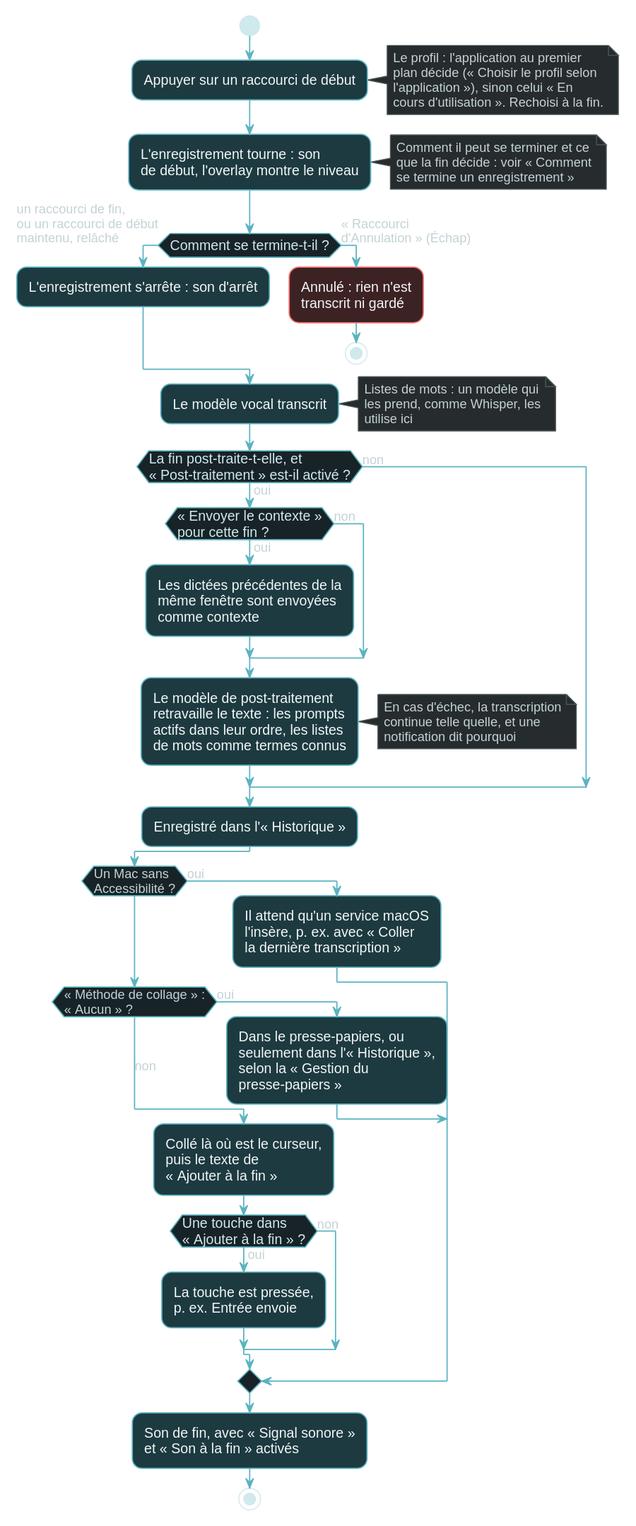
This is docs/manual/public/diagrams/fr/dictation-flow.dark.svg from yaccob/DanyWhere, a PlantUML export, as it was before one commit. Its diagram source:
```plantuml
@startuml
!$yes = "oui"
!$no = "non"
!$press = "Appuyer sur un raccourci de début"
!$noteProfile = "Le profil : l'application au premier\nplan décide (« Choisir le profil selon\nl'application »), sinon celui « En\ncours d'utilisation ». Rechoisi à la fin."
!$recording = "L'enregistrement tourne : son\nde début, l'overlay montre le niveau"
!$noteEnds = "Comment il peut se terminer et ce\nque la fin décide : voir « Comment\nse termine un enregistrement »"
!$qEnd = "Comment se termine-t-il ?"
!$aEnds = "un raccourci de fin,\nou un raccourci de début\nmaintenu, relâché"
!$aCancel = "« Raccourci\nd'Annulation » (Échap)"
!$stopped = "L'enregistrement s'arrête : son d'arrêt"
!$cancelled = "Annulé : rien n'est\ntranscrit ni gardé"
!$transcribe = "Le modèle vocal transcrit"
!$noteWords = "Listes de mots : un modèle qui\nles prend, comme Whisper, les\nutilise ici"
!$qPost = "La fin post-traite-t-elle, et\n« Post-traitement » est-il activé ?"
!$qContext = "« Envoyer le contexte »\npour cette fin ?"
!$context = "Les dictées précédentes de la\nmême fenêtre sont envoyées\ncomme contexte"
!$edit = "Le modèle de post-traitement\nretravaille le texte : les prompts\nactifs dans leur ordre, les listes\nde mots comme termes connus"
!$noteFailed = "En cas d'échec, la transcription\ncontinue telle quelle, et une\nnotification dit pourquoi"
!$history = "Enregistré dans l'« Historique »"
!$qWaits = "Un Mac sans\nAccessibilité ?"
!$waits = "Il attend qu'un service macOS\nl'insère, p. ex. avec « Coller\nla dernière transcription »"
!$qNone = "« Méthode de collage » :\n« Aucun » ?"
!$clipboard = "Dans le presse-papiers, ou\nseulement dans l'« Historique »,\nselon la « Gestion du\npresse-papiers »"
!$pasted = "Collé là où est le curseur,\npuis le texte de\n« Ajouter à la fin »"
!$qKey = "Une touche dans\n« Ajouter à la fin » ?"
!$key = "La touche est pressée,\np. ex. Entrée envoie"
!$done = "Son de fin, avec « Signal sonore »\net « Son à la fin » activés"
!include style.iuml
!include dictation-flow.iuml
@enduml
```
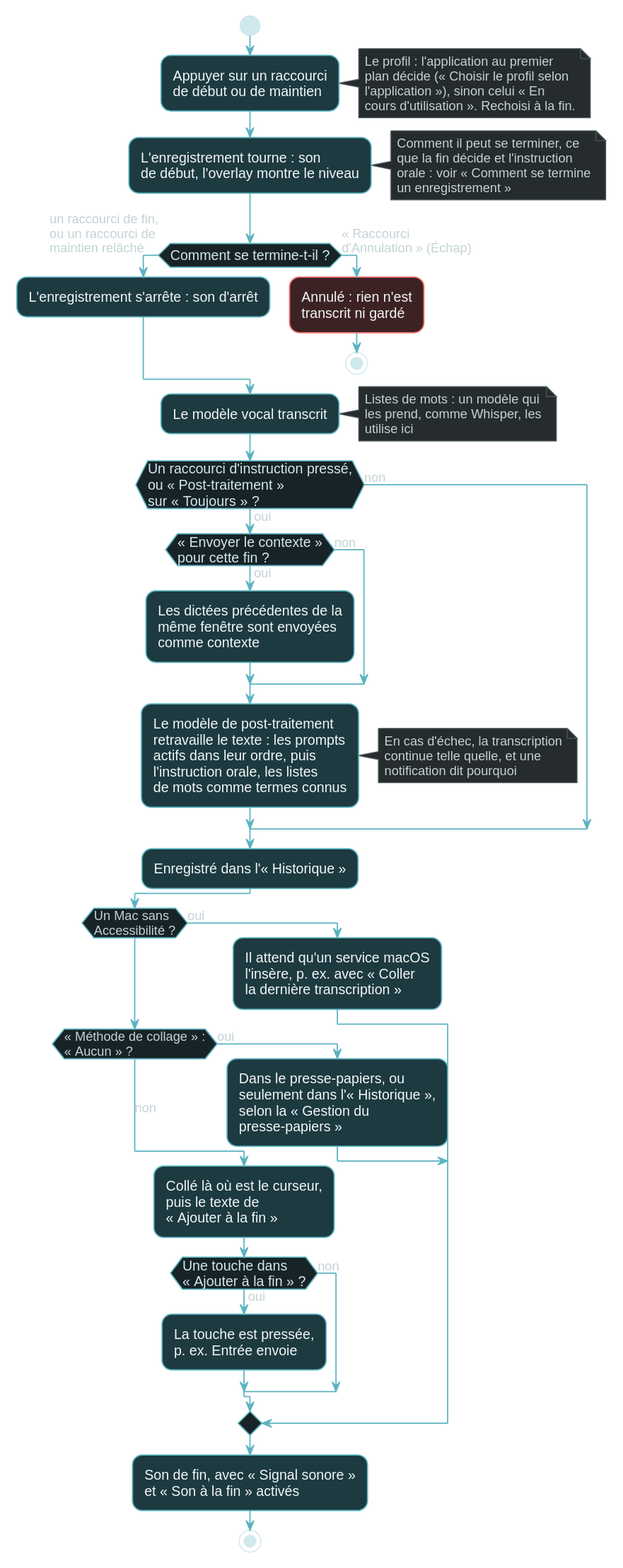
After the commit.

What changed in the source:
```diff
@@ -1,21 +1,21 @@
 @startuml
 !$yes = "oui"
 !$no = "non"
-!$press = "Appuyer sur un raccourci de début"
+!$press = "Appuyer sur un raccourci\nde début ou de maintien"
 !$noteProfile = "Le profil : l'application au premier\nplan décide (« Choisir le profil selon\nl'application »), sinon celui « En\ncours d'utilisation ». Rechoisi à la fin."
 !$recording = "L'enregistrement tourne : son\nde début, l'overlay montre le niveau"
-!$noteEnds = "Comment il peut se terminer et ce\nque la fin décide : voir « Comment\nse termine un enregistrement »"
+!$noteEnds = "Comment il peut se terminer, ce\nque la fin décide et l'instruction\norale : voir « Comment se termine\nun enregistrement »"
 !$qEnd = "Comment se termine-t-il ?"
-!$aEnds = "un raccourci de fin,\nou un raccourci de début\nmaintenu, relâché"
+!$aEnds = "un raccourci de fin,\nou un raccourci de\nmaintien relâché"
 !$aCancel = "« Raccourci\nd'Annulation » (Échap)"
 !$stopped = "L'enregistrement s'arrête : son d'arrêt"
 !$cancelled = "Annulé : rien n'est\ntranscrit ni gardé"
 !$transcribe = "Le modèle vocal transcrit"
 !$noteWords = "Listes de mots : un modèle qui\nles prend, comme Whisper, les\nutilise ici"
-!$qPost = "La fin post-traite-t-elle, et\n« Post-traitement » est-il activé ?"
+!$qPost = "Un raccourci d'instruction pressé,\nou « Post-traitement »\nsur « Toujours » ?"
 !$qContext = "« Envoyer le contexte »\npour cette fin ?"
 !$context = "Les dictées précédentes de la\nmême fenêtre sont envoyées\ncomme contexte"
-!$edit = "Le modèle de post-traitement\nretravaille le texte : les prompts\nactifs dans leur ordre, les listes\nde mots comme termes connus"
+!$edit = "Le modèle de post-traitement\nretravaille le texte : les prompts\nactifs dans leur ordre, puis\nl'instruction orale, les listes\nde mots comme termes connus"
 !$noteFailed = "En cas d'échec, la transcription\ncontinue telle quelle, et une\nnotification dit pourquoi"
 !$history = "Enregistré dans l'« Historique »"
 !$qWaits = "Un Mac sans\nAccessibilité ?"
```
